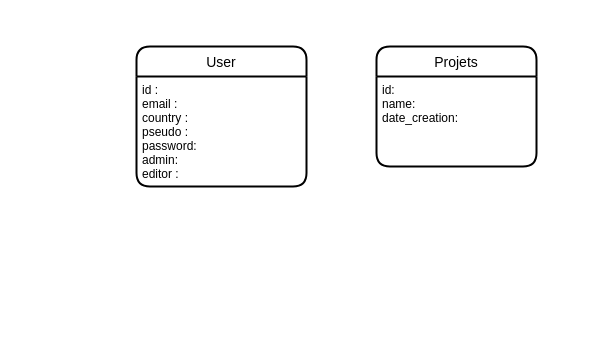
Before: MCD Portfolio.drawio in Driikzz/PortFolioWithPHP, a draw.io diagram. Source tidied: cells renumbered, new cells numbered last; positions are measured from the earlier drawing's top-left corner, leaving out a move shared by most shapes. Both pictures are drawn from the tidied source at 100%, with x=0, y=0 at pixel (136, 46).
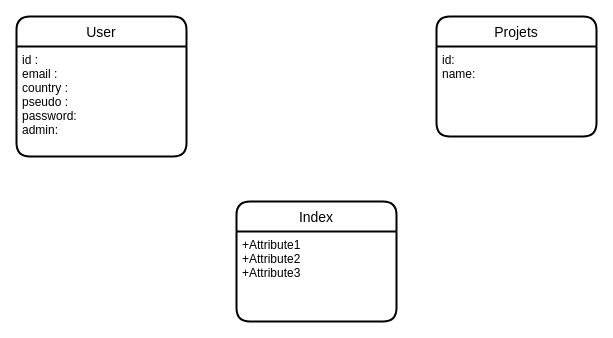
Above is the later version.

Commit message:
Mettre à jour MCD Portfolio.drawio

What changed in the source:
```diff
@@
 <mxGraphModel>
   <root>
     <mxCell id="0" />
     <mxCell id="1" parent="0" />
     <mxCell id="2" value="User" style="swimlane;horizontal=1;startSize=30;rounded=1;fontSize=14;fontStyle=0;strokeWidth=2;shadow=0;dashed=0;align=center;" parent="1" vertex="1">
-      <mxGeometry width="170" height="140" as="geometry" />
+      <mxGeometry x="-120" y="-30" width="170" height="140" as="geometry" />
     </mxCell>
-    <mxCell id="3" value="id : &#10;email :&#10;country : &#10;pseudo : &#10;password: &#10;admin:&#10;editor : " style="align=left;strokeColor=none;fillColor=none;spacingLeft=4;fontSize=12;verticalAlign=top;" parent="2" vertex="1">
+    <mxCell id="3" value="id : &#10;email :&#10;country : &#10;pseudo : &#10;password: &#10;admin: " style="align=left;strokeColor=none;fillColor=none;spacingLeft=4;fontSize=12;verticalAlign=top;" parent="2" vertex="1">
       <mxGeometry y="30" width="170" height="110" as="geometry" />
     </mxCell>
     <mxCell id="4" value="Projets" style="swimlane;horizontal=1;startSize=30;rounded=1;fontSize=14;fontStyle=0;strokeWidth=2;shadow=0;dashed=0;align=center;" parent="1" vertex="1">
-      <mxGeometry x="240" width="160" height="120" as="geometry" />
+      <mxGeometry x="300" y="-30" width="160" height="120" as="geometry" />
     </mxCell>
-    <mxCell id="5" value="id: &#10;name: &#10;date_creation: &#10;" style="align=left;strokeColor=none;fillColor=none;spacingLeft=4;fontSize=12;verticalAlign=top;" parent="4" vertex="1">
+    <mxCell id="5" value="id: &#10;name: &#10; &#10;" style="align=left;strokeColor=none;fillColor=none;spacingLeft=4;fontSize=12;verticalAlign=top;" parent="4" vertex="1">
       <mxGeometry y="30" width="160" height="90" as="geometry" />
     </mxCell>
+    <mxCell id="6" value="Index" style="swimlane;horizontal=1;startSize=30;rounded=1;fontSize=14;fontStyle=0;strokeWidth=2;shadow=0;dashed=0;align=center;" parent="1" vertex="1">
+      <mxGeometry x="100" y="155" width="160" height="120" as="geometry" />
+    </mxCell>
+    <mxCell id="7" value="+Attribute1&#10;+Attribute2&#10;+Attribute3" style="align=left;strokeColor=none;fillColor=none;spacingLeft=4;fontSize=12;verticalAlign=top;" parent="6" vertex="1">
+      <mxGeometry y="30" width="160" height="90" as="geometry" />
+    </mxCell>
   </root>
 </mxGraphModel>
```
